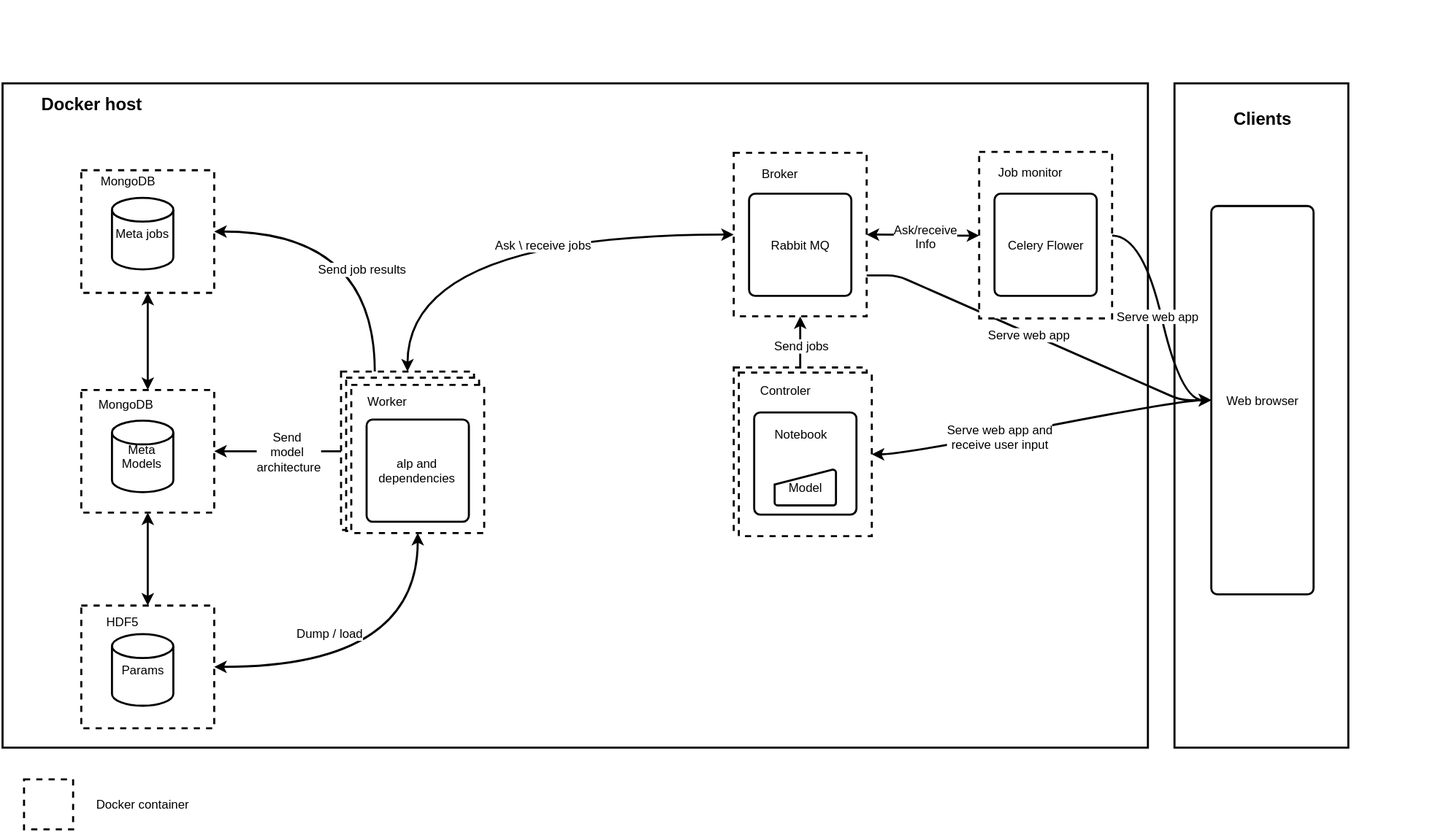
The draw.io diagram docs/_static/architecture.svg in tboquet/python-alp, before a commit. Source tidied: cells renumbered, new cells last; positions are measured from the earlier drawing's top-left corner, leaving out a move shared by most shapes.
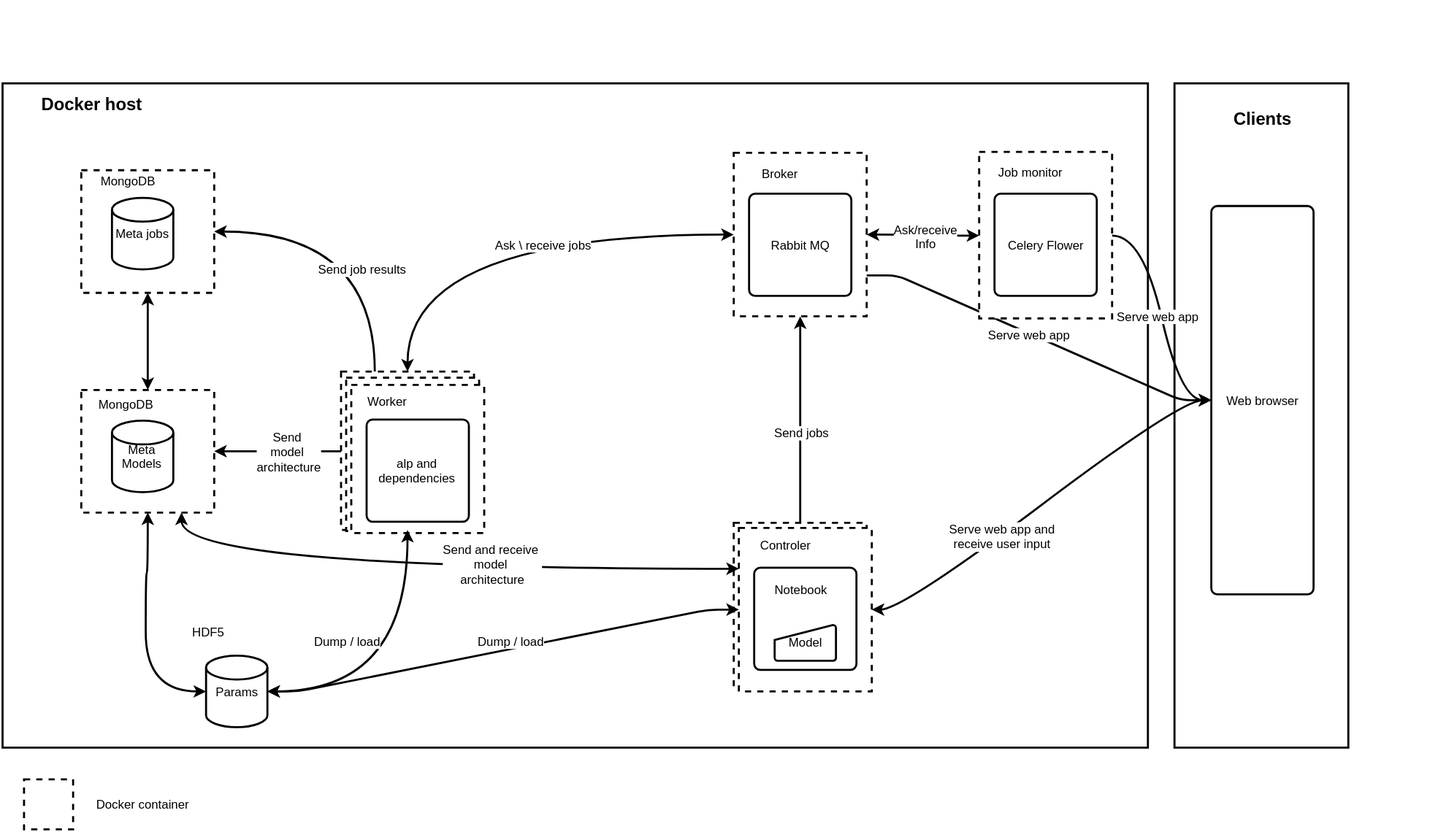
After the change.

What changed in the source:
```diff
@@ -83,31 +83,14 @@
     <mxCell id="28" style="edgeStyle=entityRelationEdgeStyle;curved=1;html=1;exitX=0.5;exitY=1;entryX=0.5;entryY=1;startArrow=classic;startFill=1;endArrow=classic;endFill=1;jettySize=auto;orthogonalLoop=1;strokeColor=none;strokeWidth=2;" parent="23" edge="1" source="26" target="26">
       <mxGeometry relative="1" as="geometry" />
     </mxCell>
-    <mxCell id="29" style="edgeStyle=orthogonalEdgeStyle;curved=1;rounded=0;html=1;exitX=0.5;exitY=1;entryX=1;entryY=0.5;jettySize=auto;strokeWidth=2;startArrow=classic;startFill=1;" parent="1" edge="1" source="16" target="32">
-      <mxGeometry relative="1" as="geometry" />
-    </mxCell>
-    <mxCell id="30" value="Dump / load" style="text;html=1;align=center;verticalAlign=middle;labelBackgroundColor=#ffffff;" parent="29" vertex="1">
-      <mxGeometry x="-0.15" y="-32" relative="1" as="geometry">
-        <mxPoint x="-77" y="-2" as="offset" />
-      </mxGeometry>
-    </mxCell>
-    <mxCell id="31" style="group;" parent="1" vertex="1">
-      <mxGeometry x="77" y="591" width="130" height="120" as="geometry" />
-    </mxCell>
-    <mxCell id="32" style="whiteSpace=wrap;html=1;dashed=1;strokeWidth=2;" parent="31" vertex="1">
-      <mxGeometry width="130" height="120" as="geometry" />
-    </mxCell>
-    <mxCell id="33" value="Params" style="strokeWidth=2;html=1;shape=mxgraph.flowchart.database;whiteSpace=wrap;" parent="31" vertex="1">
-      <mxGeometry x="30" y="28" width="60" height="70" as="geometry" />
-    </mxCell>
-    <mxCell id="34" value="HDF5" style="text;html=1;strokeColor=none;fillColor=none;align=center;verticalAlign=middle;whiteSpace=wrap;overflow=hidden;dashed=1;dashPattern=1 4;" parent="31" vertex="1">
-      <mxGeometry x="5" y="6" width="70" height="20" as="geometry" />
-    </mxCell>
-    <mxCell id="35" style="edgeStyle=orthogonalEdgeStyle;curved=1;rounded=0;html=1;exitX=0.5;exitY=1;entryX=0.5;entryY=1;jettySize=auto;orthogonalLoop=1;strokeWidth=2;" parent="31" edge="1" source="34" target="34">
-      <mxGeometry relative="1" as="geometry" />
-    </mxCell>
-    <mxCell id="36" style="edgeStyle=orthogonalEdgeStyle;curved=1;rounded=0;html=1;exitX=0.5;exitY=0;entryX=0.5;entryY=1;jettySize=auto;strokeWidth=2;startArrow=classic;startFill=1;" parent="1" edge="1" source="32" target="66">
-      <mxGeometry relative="1" as="geometry" />
+    <mxCell id="36" style="edgeStyle=orthogonalEdgeStyle;curved=1;rounded=0;html=1;exitX=0;exitY=0.5;entryX=0.5;entryY=1;jettySize=auto;strokeWidth=2;startArrow=classic;startFill=1;exitPerimeter=0;" parent="1" edge="1" source="33" target="66">
+      <mxGeometry relative="1" as="geometry">
+        <Array as="points">
+          <mxPoint x="140" y="675" />
+          <mxPoint x="140" y="559" />
+          <mxPoint x="142" y="559" />
+        </Array>
+      </mxGeometry>
     </mxCell>
     <mxCell id="37" style="group;" parent="1" vertex="1">
       <mxGeometry x="77" y="155" width="130" height="130" as="geometry" />
@@ -125,7 +108,7 @@
       <mxGeometry x="10" y="10" width="70" height="20" as="geometry" />
     </mxCell>
     <mxCell id="42" style="group;" parent="1" vertex="1">
-      <mxGeometry x="715" y="358" width="135" height="165" as="geometry" />
+      <mxGeometry x="715" y="510" width="135" height="165" as="geometry" />
     </mxCell>
     <mxCell id="43" style="group;" parent="42" vertex="1">
       <mxGeometry width="130" height="160" as="geometry" />
@@ -292,5 +275,33 @@
     <mxCell id="95" value="Docker container" style="text;html=1;align=left;verticalAlign=top;spacingTop=-4;" parent="1" vertex="1">
       <mxGeometry x="90" y="776" width="110" height="20" as="geometry" />
     </mxCell>
+    <mxCell id="96" style="edgeStyle=entityRelationEdgeStyle;rounded=1;html=1;exitX=1;exitY=0.5;exitPerimeter=0;startArrow=classic;startFill=1;endArrow=classic;endFill=1;jettySize=auto;strokeWidth=2;" parent="1" edge="1" source="33" target="56">
+      <mxGeometry relative="1" as="geometry" />
+    </mxCell>
+    <mxCell id="97" style="edgeStyle=orthogonalEdgeStyle;rounded=1;html=1;exitX=1;exitY=0.5;exitPerimeter=0;entryX=0.5;entryY=1;startArrow=classic;startFill=1;endArrow=classic;endFill=1;jettySize=auto;strokeWidth=2;curved=1;" parent="1" edge="1" source="33" target="14">
+      <mxGeometry relative="1" as="geometry" />
+    </mxCell>
+    <mxCell id="33" value="Params" style="strokeWidth=2;html=1;shape=mxgraph.flowchart.database;whiteSpace=wrap;" parent="1" vertex="1">
+      <mxGeometry x="199" y="640" width="60" height="70" as="geometry" />
+    </mxCell>
+    <mxCell id="34" value="HDF5" style="text;html=1;strokeColor=none;fillColor=none;align=center;verticalAlign=middle;whiteSpace=wrap;overflow=hidden;dashed=1;dashPattern=1 4;" parent="1" vertex="1">
+      <mxGeometry x="173" y="607" width="55" height="20" as="geometry" />
+    </mxCell>
+    <mxCell id="98" value="Dump / load" style="text;html=1;align=center;verticalAlign=middle;labelBackgroundColor=#ffffff;" parent="1" vertex="1">
+      <mxGeometry x="380" y="623" as="geometry">
+        <mxPoint x="-43" y="2" as="offset" />
+      </mxGeometry>
+    </mxCell>
+    <mxCell id="99" value="Dump / load" style="text;html=1;align=center;verticalAlign=middle;labelBackgroundColor=#ffffff;" parent="1" vertex="1">
+      <mxGeometry x="540" y="623" as="geometry">
+        <mxPoint x="-43" y="2" as="offset" />
+      </mxGeometry>
+    </mxCell>
+    <mxCell id="100" style="edgeStyle=orthogonalEdgeStyle;curved=1;rounded=1;html=1;exitX=0;exitY=0.25;entryX=0.75;entryY=1;startArrow=classic;startFill=1;endArrow=classic;endFill=1;jettySize=auto;strokeWidth=2;" parent="1" edge="1" source="56" target="66">
+      <mxGeometry relative="1" as="geometry" />
+    </mxCell>
+    <mxCell id="101" value="Send and receive&amp;nbsp;&lt;div&gt;model&amp;nbsp;&lt;/div&gt;&lt;div&gt;architecture&lt;/div&gt;" style="text;html=1;align=center;verticalAlign=middle;labelBackgroundColor=#ffffff;" parent="1" vertex="1">
+      <mxGeometry x="480" y="549" as="geometry" />
+    </mxCell>
   </root>
 </mxGraphModel>
```
